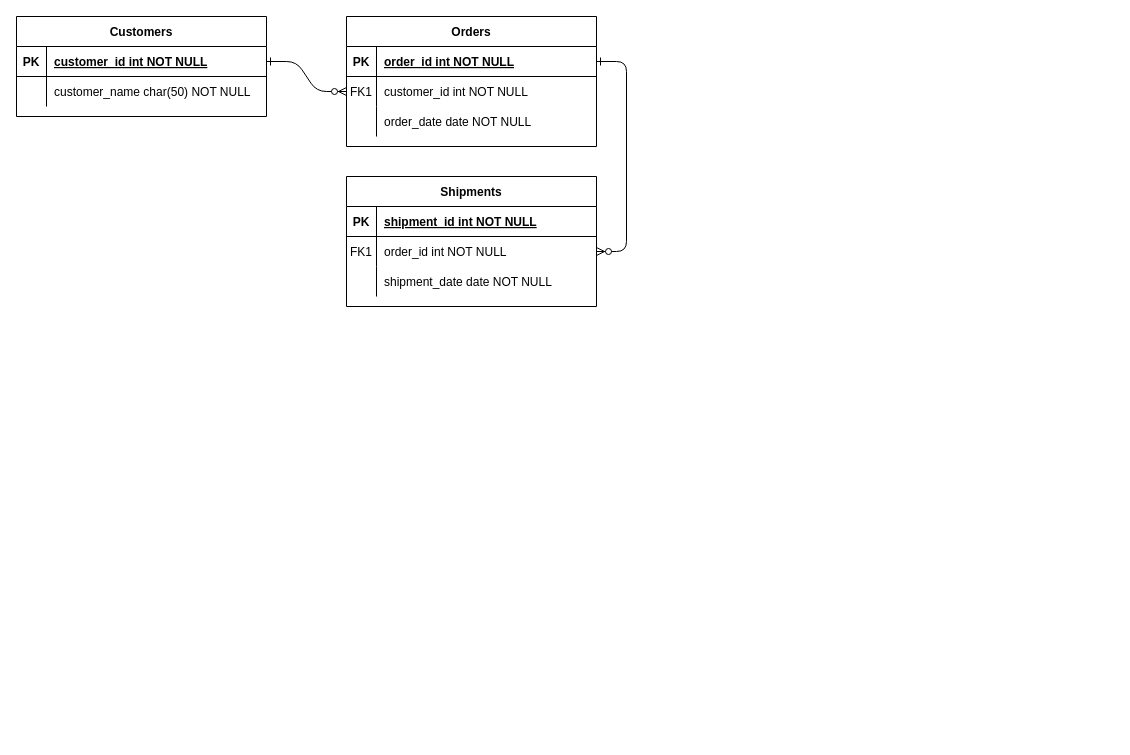
Above: HomieGainz ER Diagram.drawio in Scipion2002/HomieGainz (draw.io), before the change. Source tidied: cells renumbered, new cells numbered last; positions are measured from the earlier drawing's top-left corner, leaving out a move shared by most shapes. Both pictures are drawn from the tidied source at 100%, with x=0, y=0 at pixel (16, 16).
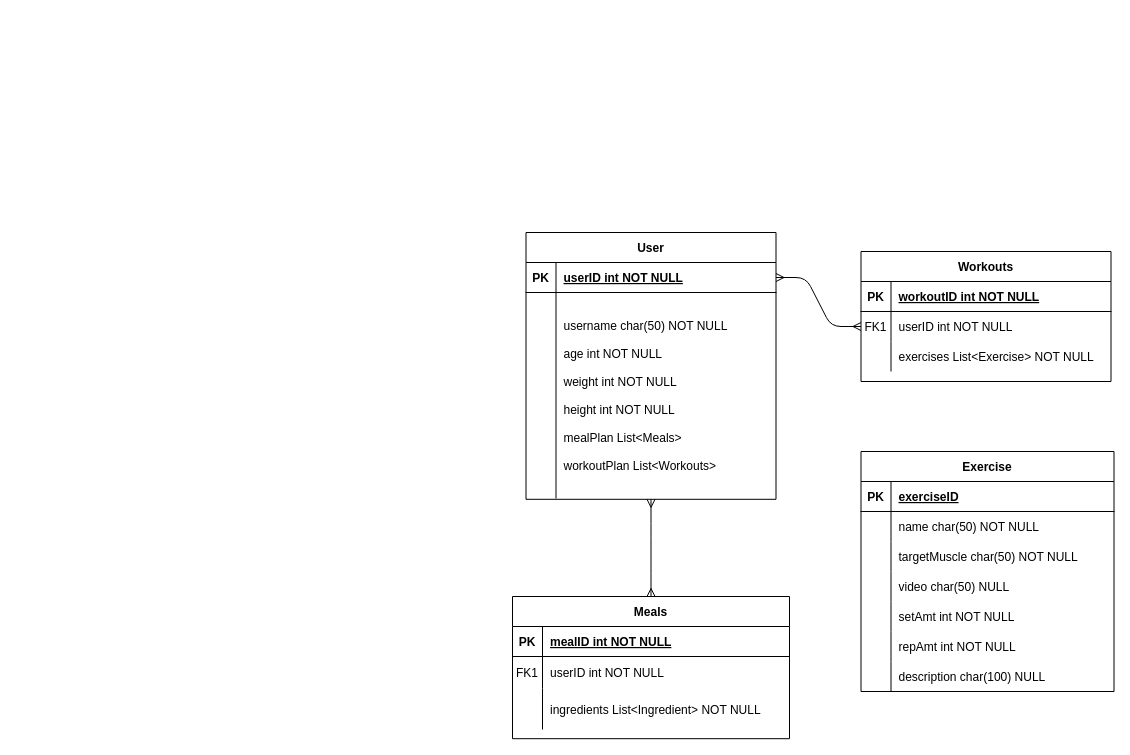
After the change.

The change refers to these unchanged cells:
```xml
<mxCell id="5" style="shape=partialRectangle;fillColor=none;points=[[0,0.5],[1,0.5]];portConstraint=eastwest;top=0;left=0;right=0;bottom=1;" parent="4" vertex="1">
  <mxGeometry y="30" width="250" height="30" as="geometry" />
</mxCell>
<mxCell id="8" style="shape=partialRectangle;fillColor=none;points=[[0,0.5],[1,0.5]];portConstraint=eastwest;top=0;left=0;right=0;bottom=0;" parent="4" vertex="1">
  <mxGeometry y="60" width="250" height="30" as="geometry" />
</mxCell>
<mxCell id="11" style="shape=partialRectangle;fillColor=none;top=0;left=0;right=0;bottom=0;" parent="4" vertex="1">
  <mxGeometry y="90" width="250" height="30" as="geometry" />
</mxCell>
<mxCell id="25" style="shape=partialRectangle;fillColor=none;points=[[0,0.5],[1,0.5]];portConstraint=eastwest;top=0;left=0;right=0;bottom=1;" parent="24" vertex="1">
  <mxGeometry y="30" width="250" height="30" as="geometry" />
</mxCell>
```

The edit, as a diff of the source:
```diff
@@
-    <mxCell id="2" style="edgeStyle=entityRelationEdgeStyle;endArrow=ERzeroToMany;startArrow=ERone;endFill=1;startFill=0;" parent="1" edge="1" source="25" target="8">
+    <mxCell id="2" style="edgeStyle=entityRelationEdgeStyle;endArrow=ERmany;startArrow=ERmany;endFill=0;startFill=0;" parent="1" edge="1" source="25" target="8">
       <mxGeometry relative="1" as="geometry" />
     </mxCell>
-    <mxCell id="3" style="edgeStyle=entityRelationEdgeStyle;endArrow=ERzeroToMany;startArrow=ERone;endFill=1;startFill=0;" parent="1" edge="1" source="5" target="18">
+    <mxCell id="3" style="edgeStyle=orthogonalEdgeStyle;endArrow=ERmany;startArrow=ERmany;endFill=0;startFill=0;entryX=0.5;entryY=0;entryDx=0;entryDy=0;curved=1;exitX=0.5;exitY=1;exitDx=0;exitDy=0;" parent="1" edge="1" source="24" target="14">
       <mxGeometry relative="1" as="geometry" />
     </mxCell>
-    <mxCell id="4" value="Orders" style="shape=table;startSize=30;childLayout=tableLayout;rowLines=0;fontStyle=1;align=center;" parent="1" vertex="1">
-      <mxGeometry x="330" width="250" height="130" as="geometry" />
+    <mxCell id="4" value="Workouts" style="shape=table;startSize=30;childLayout=tableLayout;rowLines=0;fontStyle=1;align=center;" parent="1" vertex="1">
+      <mxGeometry x="844.5" y="235" width="250" height="130" as="geometry" />
     </mxCell>
@@
-    <mxCell id="7" value="order_id int NOT NULL " style="shape=partialRectangle;overflow=hidden;fillColor=none;top=0;left=0;bottom=0;right=0;align=left;spacingLeft=6;fontStyle=5;" parent="5" vertex="1">
+    <mxCell id="7" value="workoutID int NOT NULL " style="shape=partialRectangle;overflow=hidden;fillColor=none;top=0;left=0;bottom=0;right=0;align=left;spacingLeft=6;fontStyle=5;" parent="5" vertex="1">
       <mxGeometry x="30" width="220" height="30" as="geometry" />
     </mxCell>
@@
-    <mxCell id="10" value="customer_id int NOT NULL" style="shape=partialRectangle;overflow=hidden;fillColor=none;top=0;left=0;bottom=0;right=0;align=left;spacingLeft=6;" parent="8" vertex="1">
+    <mxCell id="10" value="userID int NOT NULL" style="shape=partialRectangle;overflow=hidden;fillColor=none;top=0;left=0;bottom=0;right=0;align=left;spacingLeft=6;" parent="8" vertex="1">
       <mxGeometry x="30" width="220" height="30" as="geometry" />
     </mxCell>
@@
-    <mxCell id="13" value="order_date date NOT NULL" style="shape=partialRectangle;overflow=hidden;fillColor=none;top=0;left=0;bottom=0;right=0;align=left;spacingLeft=6;" parent="11" vertex="1">
+    <mxCell id="13" value="exercises List&lt;Exercise&gt; NOT NULL" style="shape=partialRectangle;overflow=hidden;fillColor=none;top=0;left=0;bottom=0;right=0;align=left;spacingLeft=6;" parent="11" vertex="1">
       <mxGeometry x="30" width="220" height="30" as="geometry" />
     </mxCell>
-    <mxCell id="14" value="Shipments" style="shape=table;startSize=30;childLayout=tableLayout;rowLines=0;fontStyle=1;align=center;" parent="1" vertex="1">
-      <mxGeometry x="330" y="160" width="250" height="130" as="geometry" />
+    <mxCell id="14" value="Meals" style="shape=table;startSize=30;childLayout=tableLayout;rowLines=0;fontStyle=1;align=center;" parent="1" vertex="1">
+      <mxGeometry x="496" y="580" width="277" height="142.2" as="geometry" />
     </mxCell>
     <mxCell id="15" style="shape=partialRectangle;fillColor=none;top=0;left=0;right=0;bottom=1;" parent="14" vertex="1">
-      <mxGeometry y="30" width="250" height="30" as="geometry" />
+      <mxGeometry y="30" width="277" height="30" as="geometry" />
     </mxCell>
@@
-    <mxCell id="17" value="shipment_id int NOT NULL " style="shape=partialRectangle;overflow=hidden;fillColor=none;top=0;left=0;bottom=0;right=0;align=left;spacingLeft=6;fontStyle=5;" parent="15" vertex="1">
-      <mxGeometry x="30" width="220" height="30" as="geometry" />
+    <mxCell id="17" value="mealID int NOT NULL " style="shape=partialRectangle;overflow=hidden;fillColor=none;top=0;left=0;bottom=0;right=0;align=left;spacingLeft=6;fontStyle=5;" parent="15" vertex="1">
+      <mxGeometry x="30" width="247" height="30" as="geometry" />
     </mxCell>
     <mxCell id="18" style="shape=partialRectangle;fillColor=none;points=[[0,0.5],[1,0.5]];portConstraint=eastwest;top=0;left=0;right=0;bottom=0;" parent="14" vertex="1">
-      <mxGeometry y="60" width="250" height="30" as="geometry" />
+      <mxGeometry y="60" width="277" height="32" as="geometry" />
     </mxCell>
     <mxCell id="19" value="FK1" style="shape=partialRectangle;overflow=hidden;fillColor=none;top=0;left=0;bottom=0;right=0;" parent="18" vertex="1">
-      <mxGeometry width="30" height="30" as="geometry" />
+      <mxGeometry width="30" height="32" as="geometry" />
     </mxCell>
-    <mxCell id="20" value="order_id int NOT NULL" style="shape=partialRectangle;overflow=hidden;fillColor=none;top=0;left=0;bottom=0;right=0;align=left;spacingLeft=6;" parent="18" vertex="1">
-      <mxGeometry x="30" width="220" height="30" as="geometry" />
+    <mxCell id="20" value="userID int NOT NULL" style="shape=partialRectangle;overflow=hidden;fillColor=none;top=0;left=0;bottom=0;right=0;align=left;spacingLeft=6;" parent="18" vertex="1">
+      <mxGeometry x="30" width="247" height="32" as="geometry" />
     </mxCell>
     <mxCell id="21" style="shape=partialRectangle;fillColor=none;top=0;left=0;right=0;bottom=0;" parent="14" vertex="1">
-      <mxGeometry y="90" width="250" height="30" as="geometry" />
+      <mxGeometry y="92" width="277" height="41" as="geometry" />
     </mxCell>
     <mxCell id="22" style="shape=partialRectangle;overflow=hidden;fillColor=none;top=0;left=0;bottom=0;right=0;" parent="21" vertex="1">
-      <mxGeometry width="30" height="30" as="geometry" />
+      <mxGeometry width="30" height="41" as="geometry" />
     </mxCell>
-    <mxCell id="23" value="shipment_date date NOT NULL" style="shape=partialRectangle;overflow=hidden;fillColor=none;top=0;left=0;bottom=0;right=0;align=left;spacingLeft=6;" parent="21" vertex="1">
-      <mxGeometry x="30" width="220" height="30" as="geometry" />
+    <mxCell id="23" value="ingredients List&lt;Ingredient&gt; NOT NULL" style="shape=partialRectangle;overflow=hidden;fillColor=none;top=0;left=0;bottom=0;right=0;align=left;spacingLeft=6;" parent="21" vertex="1">
+      <mxGeometry x="30" width="247" height="41" as="geometry" />
     </mxCell>
-    <mxCell id="24" value="Customers" style="shape=table;startSize=30;childLayout=tableLayout;rowLines=0;fontStyle=1;align=center;" parent="1" vertex="1">
-      <mxGeometry width="250" height="100" as="geometry" />
+    <mxCell id="24" value="User" style="shape=table;startSize=30;childLayout=tableLayout;rowLines=0;fontStyle=1;align=center;" parent="1" vertex="1">
+      <mxGeometry x="509.5" y="216" width="250" height="266.8" as="geometry" />
     </mxCell>
@@
-    <mxCell id="27" value="customer_id int NOT NULL " style="shape=partialRectangle;overflow=hidden;fillColor=none;top=0;left=0;bottom=0;right=0;align=left;spacingLeft=6;fontStyle=5;" parent="25" vertex="1">
+    <mxCell id="27" value="userID int NOT NULL " style="shape=partialRectangle;overflow=hidden;fillColor=none;top=0;left=0;bottom=0;right=0;align=left;spacingLeft=6;fontStyle=5;" parent="25" vertex="1">
       <mxGeometry x="30" width="220" height="30" as="geometry" />
     </mxCell>
     <mxCell id="28" style="shape=partialRectangle;fillColor=none;top=0;left=0;right=0;bottom=0;" parent="24" vertex="1">
-      <mxGeometry y="60" width="250" height="30" as="geometry" />
+      <mxGeometry y="60" width="250" height="206" as="geometry" />
     </mxCell>
     <mxCell id="29" style="shape=partialRectangle;overflow=hidden;fillColor=none;top=0;left=0;bottom=0;right=0;" parent="28" vertex="1">
-      <mxGeometry width="30" height="30" as="geometry" />
+      <mxGeometry width="30" height="206" as="geometry" />
     </mxCell>
-    <mxCell id="30" value="customer_name char(50) NOT NULL" style="shape=partialRectangle;overflow=hidden;fillColor=none;top=0;left=0;bottom=0;right=0;align=left;spacingLeft=6;" parent="28" vertex="1">
-      <mxGeometry x="30" width="220" height="30" as="geometry" />
+    <mxCell id="30" value="username char(50) NOT NULL&#10;&#10;age int NOT NULL&#10;&#10;weight int NOT NULL&#10;&#10;height int NOT NULL&#10;&#10;mealPlan List&lt;Meals&gt;&#10;&#10;workoutPlan List&lt;Workouts&gt;" style="shape=partialRectangle;overflow=hidden;fillColor=none;top=0;left=0;bottom=0;right=0;align=left;spacingLeft=6;" parent="28" vertex="1">
+      <mxGeometry x="30" width="220" height="206" as="geometry" />
     </mxCell>
+    <mxCell id="31" value="Exercise" style="shape=table;startSize=30;childLayout=tableLayout;rowLines=0;fontStyle=1;align=center;" parent="1" vertex="1">
+      <mxGeometry x="844.5" y="435" width="253" height="240" as="geometry" />
+    </mxCell>
+    <mxCell id="32" style="shape=tableRow;horizontal=0;startSize=0;swimlaneHead=0;swimlaneBody=0;fillColor=none;top=0;left=0;right=0;bottom=1;" parent="31" vertex="1">
+      <mxGeometry y="30" width="253" height="30" as="geometry" />
+    </mxCell>
+    <mxCell id="33" value="PK" style="shape=partialRectangle;fillColor=none;top=0;left=0;bottom=0;right=0;fontStyle=1;overflow=hidden;" parent="32" vertex="1">
+      <mxGeometry width="30" height="30" as="geometry" />
+    </mxCell>
+    <mxCell id="34" value="exerciseID" style="shape=partialRectangle;fillColor=none;top=0;left=0;bottom=0;right=0;align=left;spacingLeft=6;fontStyle=5;overflow=hidden;" parent="32" vertex="1">
+      <mxGeometry x="30" width="223" height="30" as="geometry" />
+    </mxCell>
+    <mxCell id="35" style="shape=tableRow;horizontal=0;startSize=0;swimlaneHead=0;swimlaneBody=0;fillColor=none;top=0;left=0;right=0;bottom=0;" parent="31" vertex="1">
+      <mxGeometry y="60" width="253" height="30" as="geometry" />
+    </mxCell>
+    <mxCell id="36" style="shape=partialRectangle;fillColor=none;top=0;left=0;bottom=0;right=0;overflow=hidden;" parent="35" vertex="1">
+      <mxGeometry width="30" height="30" as="geometry" />
+    </mxCell>
+    <mxCell id="37" value="name char(50) NOT NULL" style="shape=partialRectangle;fillColor=none;top=0;left=0;bottom=0;right=0;align=left;spacingLeft=6;overflow=hidden;" parent="35" vertex="1">
+      <mxGeometry x="30" width="223" height="30" as="geometry" />
+    </mxCell>
+    <mxCell id="38" style="shape=tableRow;horizontal=0;startSize=0;swimlaneHead=0;swimlaneBody=0;fillColor=none;top=0;left=0;right=0;bottom=0;" parent="31" vertex="1">
+      <mxGeometry y="90" width="253" height="30" as="geometry" />
+    </mxCell>
+    <mxCell id="39" style="shape=partialRectangle;fillColor=none;top=0;left=0;bottom=0;right=0;overflow=hidden;" parent="38" vertex="1">
+      <mxGeometry width="30" height="30" as="geometry" />
+    </mxCell>
+    <mxCell id="40" value="targetMuscle char(50) NOT NULL" style="shape=partialRectangle;fillColor=none;top=0;left=0;bottom=0;right=0;align=left;spacingLeft=6;overflow=hidden;" parent="38" vertex="1">
+      <mxGeometry x="30" width="223" height="30" as="geometry" />
+    </mxCell>
+    <mxCell id="41" style="shape=tableRow;horizontal=0;startSize=0;swimlaneHead=0;swimlaneBody=0;fillColor=none;top=0;left=0;right=0;bottom=0;" parent="31" vertex="1">
+      <mxGeometry y="120" width="253" height="30" as="geometry" />
+    </mxCell>
+    <mxCell id="42" style="shape=partialRectangle;fillColor=none;top=0;left=0;bottom=0;right=0;overflow=hidden;" parent="41" vertex="1">
+      <mxGeometry width="30" height="30" as="geometry" />
+    </mxCell>
+    <mxCell id="43" value="video char(50) NULL" style="shape=partialRectangle;fillColor=none;top=0;left=0;bottom=0;right=0;align=left;spacingLeft=6;overflow=hidden;" parent="41" vertex="1">
+      <mxGeometry x="30" width="223" height="30" as="geometry" />
+    </mxCell>
+    <mxCell id="44" style="shape=tableRow;horizontal=0;startSize=0;swimlaneHead=0;swimlaneBody=0;fillColor=none;top=0;left=0;right=0;bottom=0;" parent="31" vertex="1">
+      <mxGeometry y="150" width="253" height="30" as="geometry" />
+    </mxCell>
+    <mxCell id="45" style="shape=partialRectangle;fillColor=none;top=0;left=0;bottom=0;right=0;overflow=hidden;" parent="44" vertex="1">
+      <mxGeometry width="30" height="30" as="geometry" />
+    </mxCell>
+    <mxCell id="46" value="setAmt int NOT NULL" style="shape=partialRectangle;fillColor=none;top=0;left=0;bottom=0;right=0;align=left;spacingLeft=6;overflow=hidden;" parent="44" vertex="1">
+      <mxGeometry x="30" width="223" height="30" as="geometry" />
+    </mxCell>
+    <mxCell id="47" style="shape=tableRow;horizontal=0;startSize=0;swimlaneHead=0;swimlaneBody=0;fillColor=none;top=0;left=0;right=0;bottom=0;" parent="31" vertex="1">
+      <mxGeometry y="180" width="253" height="30" as="geometry" />
+    </mxCell>
+    <mxCell id="48" style="shape=partialRectangle;fillColor=none;top=0;left=0;bottom=0;right=0;overflow=hidden;" parent="47" vertex="1">
+      <mxGeometry width="30" height="30" as="geometry" />
+    </mxCell>
+    <mxCell id="49" value="repAmt int NOT NULL" style="shape=partialRectangle;fillColor=none;top=0;left=0;bottom=0;right=0;align=left;spacingLeft=6;overflow=hidden;" parent="47" vertex="1">
+      <mxGeometry x="30" width="223" height="30" as="geometry" />
+    </mxCell>
+    <mxCell id="50" style="shape=tableRow;horizontal=0;startSize=0;swimlaneHead=0;swimlaneBody=0;fillColor=none;top=0;left=0;right=0;bottom=0;" parent="31" vertex="1">
+      <mxGeometry y="210" width="253" height="30" as="geometry" />
+    </mxCell>
+    <mxCell id="51" style="shape=partialRectangle;fillColor=none;top=0;left=0;bottom=0;right=0;overflow=hidden;" parent="50" vertex="1">
+      <mxGeometry width="30" height="30" as="geometry" />
+    </mxCell>
+    <mxCell id="52" value="description char(100) NULL" style="shape=partialRectangle;fillColor=none;top=0;left=0;bottom=0;right=0;align=left;spacingLeft=6;overflow=hidden;" parent="50" vertex="1">
+      <mxGeometry x="30" width="223" height="30" as="geometry" />
+    </mxCell>
```
